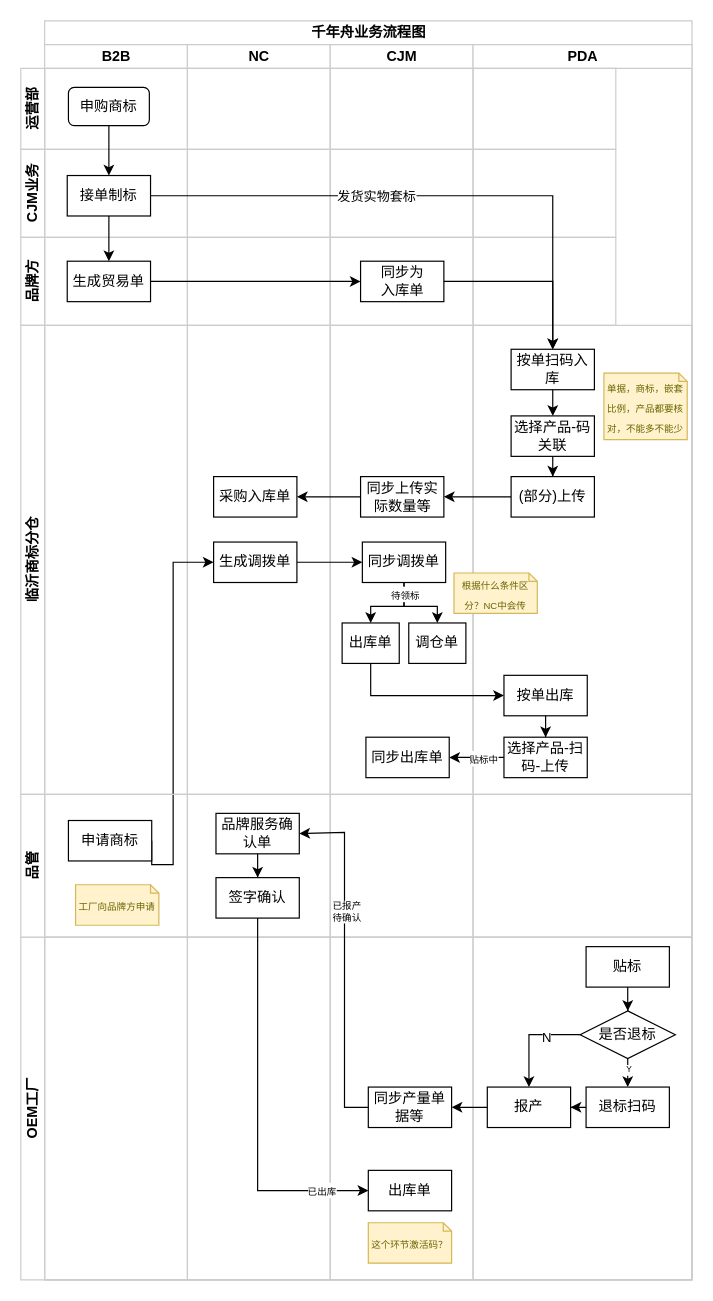
Before: 未命名绘图.drawio in wangjing0128/flow-chart, a draw.io diagram. Source tidied: cells renumbered, new cells numbered last; positions are measured from the earlier drawing's top-left corner, leaving out a move shared by most shapes. Both pictures are drawn from the tidied source at 119%, with x=0, y=0 at pixel (20, 20).
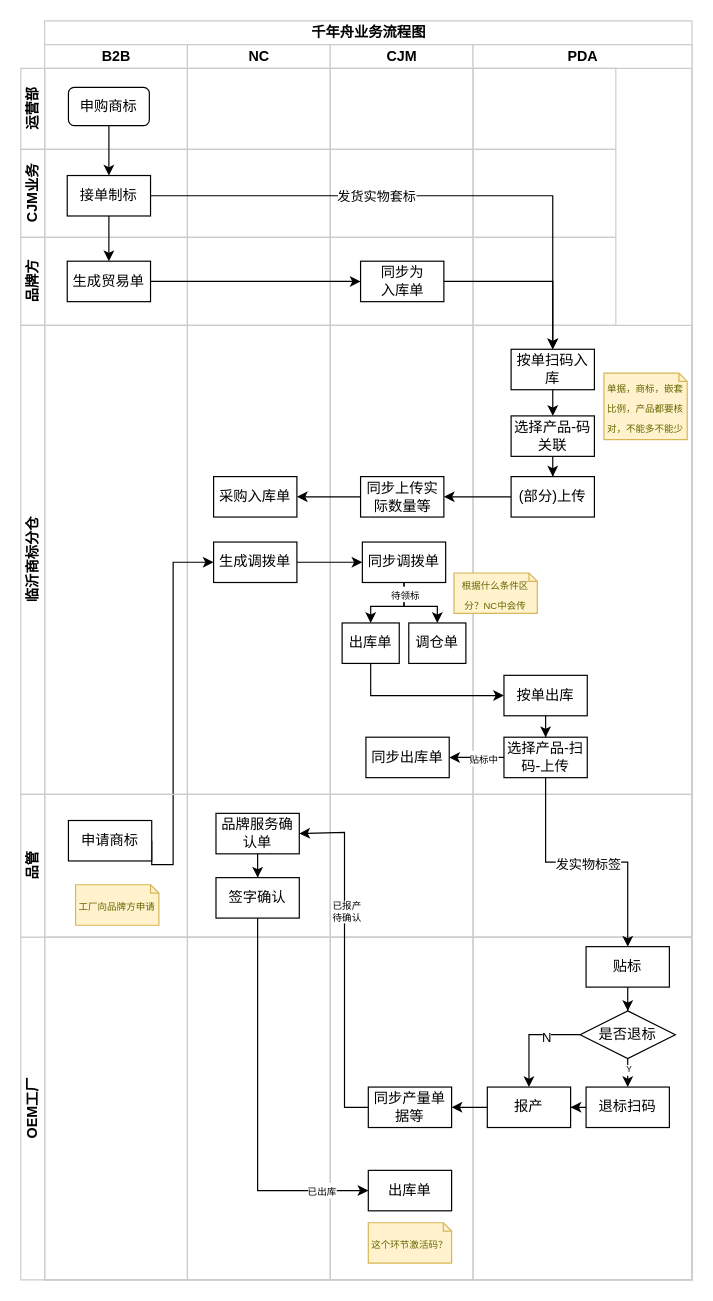
After the change.

Commit message:
更新千年舟业务流程图.drawio

Unchanged cells that the change refers to:
```xml
<mxCell id="40" value="选择产品-扫码-上传" style="rounded=0;whiteSpace=wrap;html=1;" parent="16" vertex="1">
  <mxGeometry x="406" y="346" width="70" height="34" as="geometry" />
</mxCell>
<mxCell id="50" value="贴标" style="rounded=0;whiteSpace=wrap;html=1;" parent="48" vertex="1">
  <mxGeometry x="475" y="8" width="70" height="34" as="geometry" />
</mxCell>
```

What changed in the source:
```diff
@@
+    <mxCell id="74" style="edgeStyle=orthogonalEdgeStyle;rounded=0;jettySize=auto;html=1;exitX=0.5;exitY=1;exitDx=0;exitDy=0;" parent="1" edge="1" source="40" target="50">
+      <mxGeometry relative="1" as="geometry" />
+    </mxCell>
+    <mxCell id="75" value="发实物标签" style="edgeLabel;html=1;align=center;verticalAlign=middle;" parent="74" vertex="1">
+      <mxGeometry x="-0.06" y="-1" relative="1" as="geometry">
+        <mxPoint x="7" as="offset" />
+      </mxGeometry>
+    </mxCell>
```
